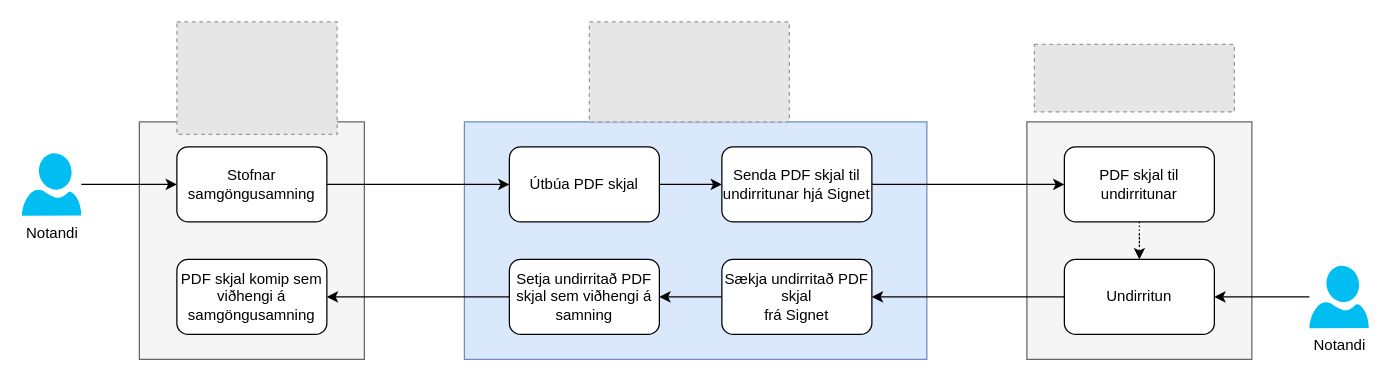
Before: Azure Logic Apps Pilot Project/images/salesforce-signet-overview.drawio in thorleifurb/thorleifurb.github.io, a draw.io diagram. Source tidied: cells renumbered, new cells numbered last; positions are measured from the earlier drawing's top-left corner, leaving out a move shared by most shapes. Both pictures are drawn from the tidied source at 125%, with x=0, y=0 at pixel (21, 21). Pictures stored in the file or linked from it are replaced by grey dashed boxes.
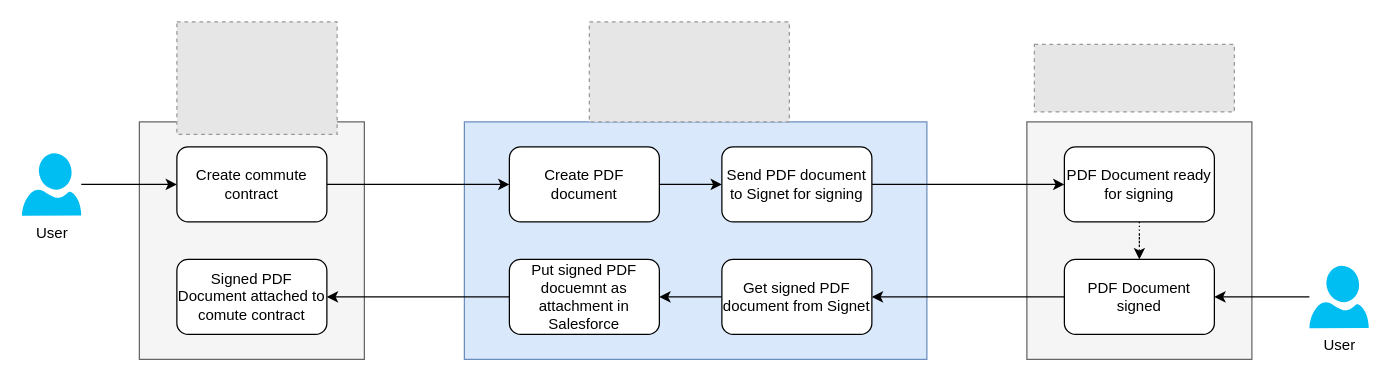
After the change.

Diff of the diagram source:
```diff
@@
-    <mxCell id="6" value="Notandi" style="verticalLabelPosition=bottom;html=1;verticalAlign=top;align=center;strokeColor=none;fillColor=#00BEF2;shape=mxgraph.azure.user;" parent="1" vertex="1">
+    <mxCell id="6" value="User" style="verticalLabelPosition=bottom;html=1;verticalAlign=top;align=center;strokeColor=none;fillColor=#00BEF2;shape=mxgraph.azure.user;" parent="1" vertex="1">
       <mxGeometry y="105" width="47.5" height="50" as="geometry" />
     </mxCell>
@@
-    <mxCell id="8" value="Stofnar samgöngusamning" style="rounded=1;whiteSpace=wrap;html=1;" parent="1" vertex="1">
+    <mxCell id="8" value="Create commute contract" style="rounded=1;whiteSpace=wrap;html=1;" parent="1" vertex="1">
       <mxGeometry x="124" y="100" width="120" height="60" as="geometry" />
     </mxCell>
@@
-    <mxCell id="10" value="Útbúa PDF skjal" style="rounded=1;whiteSpace=wrap;html=1;" parent="1" vertex="1">
+    <mxCell id="10" value="Create PDF document" style="rounded=1;whiteSpace=wrap;html=1;" parent="1" vertex="1">
       <mxGeometry x="390" y="100" width="120" height="60" as="geometry" />
     </mxCell>
@@
-    <mxCell id="12" value="Senda PDF skjal til undirritunar hjá Signet" style="rounded=1;whiteSpace=wrap;html=1;" parent="1" vertex="1">
+    <mxCell id="12" value="Send PDF document to Signet for signing" style="rounded=1;whiteSpace=wrap;html=1;" parent="1" vertex="1">
       <mxGeometry x="560" y="100" width="120" height="60" as="geometry" />
     </mxCell>
@@
-    <mxCell id="14" value="PDF skjal til undirritunar" style="rounded=1;whiteSpace=wrap;html=1;" parent="1" vertex="1">
+    <mxCell id="14" value="PDF Document ready for signing" style="rounded=1;whiteSpace=wrap;html=1;" parent="1" vertex="1">
       <mxGeometry x="834" y="100" width="120" height="60" as="geometry" />
     </mxCell>
@@
-    <mxCell id="16" value="Notandi" style="verticalLabelPosition=bottom;html=1;verticalAlign=top;align=center;strokeColor=none;fillColor=#00BEF2;shape=mxgraph.azure.user;" parent="1" vertex="1">
+    <mxCell id="16" value="User" style="verticalLabelPosition=bottom;html=1;verticalAlign=top;align=center;strokeColor=none;fillColor=#00BEF2;shape=mxgraph.azure.user;" parent="1" vertex="1">
       <mxGeometry x="1030" y="195" width="47.5" height="50" as="geometry" />
     </mxCell>
@@
-    <mxCell id="18" value="Undirritun" style="rounded=1;whiteSpace=wrap;html=1;" parent="1" vertex="1">
+    <mxCell id="18" value="PDF Document signed" style="rounded=1;whiteSpace=wrap;html=1;" parent="1" vertex="1">
       <mxGeometry x="834" y="190" width="120" height="60" as="geometry" />
     </mxCell>
@@
-    <mxCell id="20" value="Sækja undirritað PDF skjal&lt;br&gt;frá Signet" style="rounded=1;whiteSpace=wrap;html=1;" parent="1" vertex="1">
+    <mxCell id="20" value="Get signed PDF document from Signet" style="rounded=1;whiteSpace=wrap;html=1;" parent="1" vertex="1">
       <mxGeometry x="560" y="190" width="120" height="60" as="geometry" />
     </mxCell>
-    <mxCell id="21" value="PDF skjal komip sem viðhengi á samgöngusamning" style="rounded=1;whiteSpace=wrap;html=1;" parent="1" vertex="1">
+    <mxCell id="21" value="Signed PDF Document attached to comute contract" style="rounded=1;whiteSpace=wrap;html=1;" parent="1" vertex="1">
       <mxGeometry x="124" y="190" width="120" height="60" as="geometry" />
     </mxCell>
@@
-    <mxCell id="23" value="Setja undirritað PDF skjal sem viðhengi á samning" style="rounded=1;whiteSpace=wrap;html=1;" parent="1" vertex="1">
+    <mxCell id="23" value="Put signed PDF docuemnt as attachment in Salesforce" style="rounded=1;whiteSpace=wrap;html=1;" parent="1" vertex="1">
       <mxGeometry x="390" y="190" width="120" height="60" as="geometry" />
     </mxCell>
```
